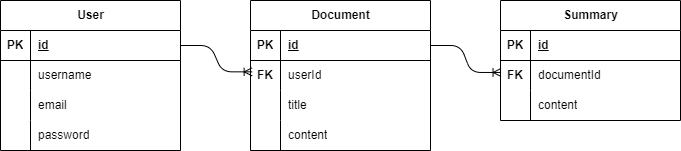
Above: server/scheme.drawio.png in DocuMindTechAI/DocuMindAI (draw.io), before the change. Source tidied: cells renumbered, new cells last; positions are measured from the earlier drawing's top-left corner, leaving out a move shared by most shapes.
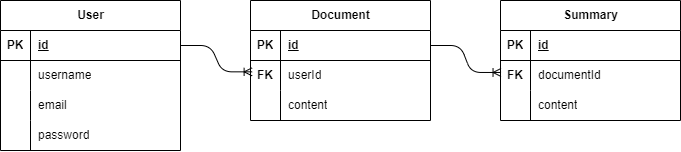
The same diagram one commit later.

The edit, as a diff of the source:
```diff
@@ -42,7 +42,7 @@
       <mxGeometry x="30" width="150" height="30" as="geometry" />
     </mxCell>
     <mxCell id="15" value="Document" style="shape=table;startSize=30;rowLines=0;fontStyle=1;align=center;html=1;" parent="1" vertex="1">
-      <mxGeometry x="250" width="180" height="150" as="geometry" />
+      <mxGeometry x="250" width="180" height="120" as="geometry" />
     </mxCell>
     <mxCell id="16" style="shape=tableRow;horizontal=0;startSize=0;swimlaneHead=0;swimlaneBody=0;fillColor=none;points=[[0,0.5],[1,0.5]];portConstraint=eastwest;top=0;left=0;right=0;bottom=1;" parent="15" vertex="1">
       <mxGeometry y="30" width="180" height="30" as="geometry" />
@@ -62,17 +62,8 @@
     <mxCell id="21" value="userId" style="shape=partialRectangle;fillColor=none;top=0;left=0;bottom=0;right=0;align=left;spacingLeft=6;overflow=hidden;whiteSpace=wrap;html=1;" parent="19" vertex="1">
       <mxGeometry x="30" width="150" height="30" as="geometry" />
     </mxCell>
-    <mxCell id="22" style="shape=tableRow;horizontal=0;startSize=0;swimlaneHead=0;swimlaneBody=0;fillColor=none;top=0;left=0;right=0;bottom=0;" parent="15" vertex="1">
-      <mxGeometry y="90" width="180" height="30" as="geometry" />
-    </mxCell>
-    <mxCell id="23" style="shape=partialRectangle;fillColor=none;top=0;left=0;bottom=0;right=0;overflow=hidden;whiteSpace=wrap;html=1;" parent="22" vertex="1">
-      <mxGeometry width="30" height="30" as="geometry" />
-    </mxCell>
-    <mxCell id="24" value="title" style="shape=partialRectangle;fillColor=none;top=0;left=0;bottom=0;right=0;align=left;spacingLeft=6;overflow=hidden;whiteSpace=wrap;html=1;" parent="22" vertex="1">
-      <mxGeometry x="30" width="150" height="30" as="geometry" />
-    </mxCell>
     <mxCell id="25" style="shape=tableRow;horizontal=0;startSize=0;swimlaneHead=0;swimlaneBody=0;fillColor=none;top=0;left=0;right=0;bottom=0;" parent="15" vertex="1">
-      <mxGeometry y="120" width="180" height="30" as="geometry" />
+      <mxGeometry y="90" width="180" height="30" as="geometry" />
     </mxCell>
     <mxCell id="26" style="shape=partialRectangle;fillColor=none;top=0;left=0;bottom=0;right=0;overflow=hidden;whiteSpace=wrap;html=1;" parent="25" vertex="1">
       <mxGeometry width="30" height="30" as="geometry" />
```
